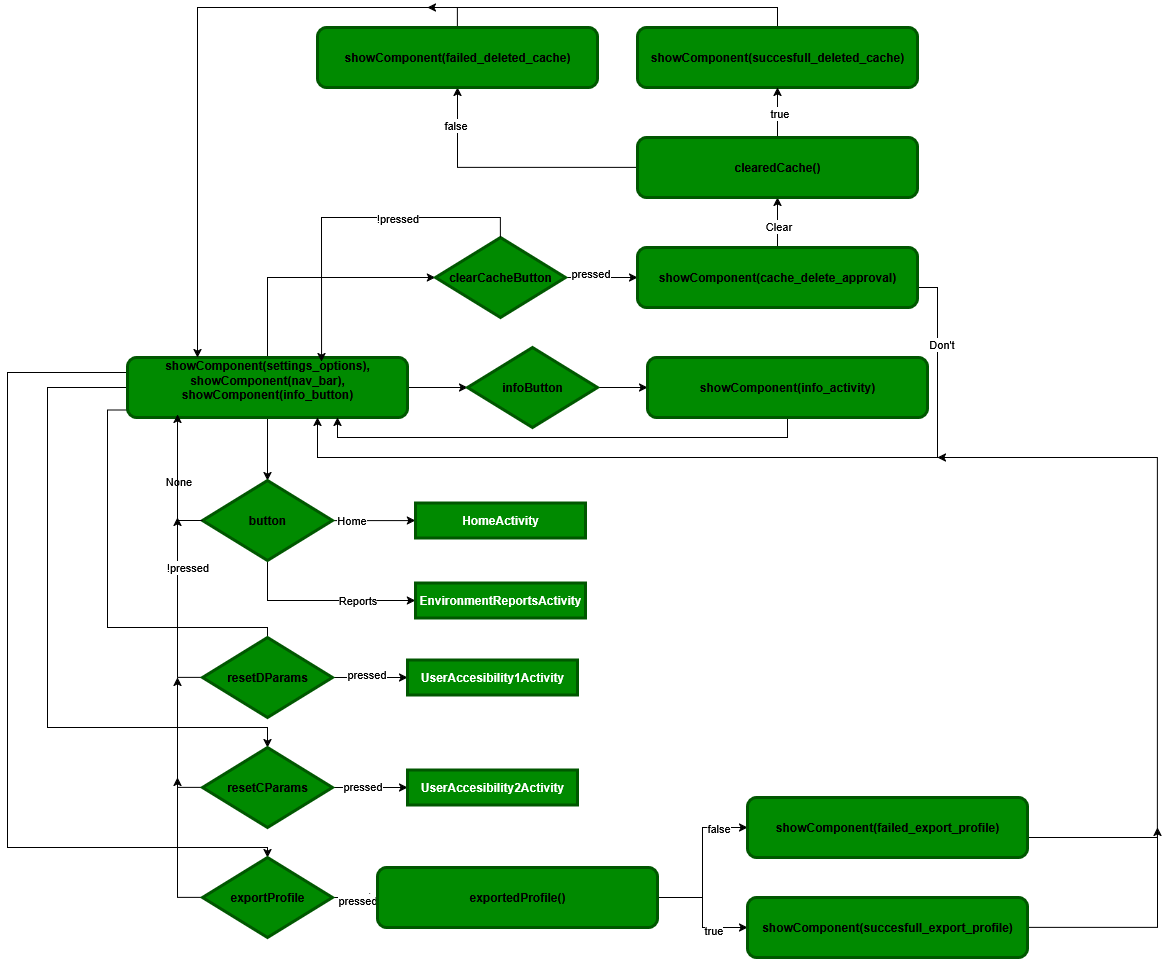
This is ui_design/usecase_diagram/activities/settings_activity.png from Edward326/PersonalProjects, a draw.io export, as it was before one commit. Source tidied: cells renumbered, new cells last; positions are measured from the earlier drawing's top-left corner, leaving out a move shared by most shapes. The source it was exported from:
```xml
<mxGraphModel>
  <root>
    <mxCell id="0" />
    <mxCell id="1" parent="0" />
    <mxCell id="2" style="edgeStyle=orthogonalEdgeStyle;rounded=0;jettySize=auto;html=1;" parent="1" edge="1" source="8" target="13">
      <mxGeometry relative="1" as="geometry" />
    </mxCell>
    <mxCell id="3" style="edgeStyle=orthogonalEdgeStyle;rounded=0;jettySize=auto;html=1;" parent="1" edge="1" source="8" target="22">
      <mxGeometry relative="1" as="geometry" />
    </mxCell>
    <mxCell id="4" style="edgeStyle=orthogonalEdgeStyle;rounded=0;jettySize=auto;html=1;entryX=0;entryY=0.5;entryDx=0;entryDy=0;exitX=0.5;exitY=0;exitDx=0;exitDy=0;" parent="1" edge="1" source="8" target="20">
      <mxGeometry relative="1" as="geometry" />
    </mxCell>
    <mxCell id="5" style="edgeStyle=orthogonalEdgeStyle;rounded=0;orthogonalLoop=1;jettySize=auto;html=1;exitX=0;exitY=0.5;exitDx=0;exitDy=0;" parent="1" edge="1">
      <mxGeometry relative="1" as="geometry">
        <mxPoint x="120" y="402.5" as="sourcePoint" />
        <mxPoint x="260" y="652.5" as="targetPoint" />
        <Array as="points">
          <mxPoint x="100" y="402" />
          <mxPoint x="100" y="620" />
          <mxPoint x="260" y="620" />
        </Array>
      </mxGeometry>
    </mxCell>
    <mxCell id="6" style="edgeStyle=orthogonalEdgeStyle;rounded=0;jettySize=auto;html=1;exitX=0;exitY=0.5;exitDx=0;exitDy=0;" parent="1" edge="1" source="8" target="48">
      <mxGeometry relative="1" as="geometry">
        <Array as="points">
          <mxPoint x="40" y="380" />
          <mxPoint x="40" y="720" />
          <mxPoint x="260" y="720" />
        </Array>
      </mxGeometry>
    </mxCell>
    <mxCell id="7" style="edgeStyle=orthogonalEdgeStyle;rounded=0;jettySize=auto;html=1;entryX=0.5;entryY=0;entryDx=0;entryDy=0;exitX=0;exitY=0.25;exitDx=0;exitDy=0;" parent="1" edge="1" source="8" target="54">
      <mxGeometry relative="1" as="geometry">
        <Array as="points">
          <mxPoint y="365" />
          <mxPoint y="840" />
          <mxPoint x="260" y="840" />
        </Array>
      </mxGeometry>
    </mxCell>
    <mxCell id="8" value="&lt;div&gt;showComponent(settings_options),&lt;/div&gt;&lt;div&gt;&lt;div&gt;showComponent(nav_bar),&lt;/div&gt;&lt;div&gt;showComponent(info_button)&lt;/div&gt;&lt;br&gt;&lt;/div&gt;" style="rounded=1;whiteSpace=wrap;html=1;fillColor=#008a00;fontColor=light-dark(#000000,#FFFFFF);strokeColor=light-dark(#005700,#000000);strokeWidth=3;fontStyle=1;" parent="1" vertex="1">
      <mxGeometry x="120" y="350" width="280" height="60" as="geometry" />
    </mxCell>
    <mxCell id="9" style="edgeStyle=orthogonalEdgeStyle;rounded=0;jettySize=auto;html=1;" parent="1" edge="1" source="13" target="14">
      <mxGeometry relative="1" as="geometry" />
    </mxCell>
    <mxCell id="10" value="Home" style="edgeLabel;html=1;align=center;verticalAlign=middle;" parent="9" vertex="1">
      <mxGeometry x="-0.57" y="2" relative="1" as="geometry">
        <mxPoint y="1" as="offset" />
      </mxGeometry>
    </mxCell>
    <mxCell id="11" style="edgeStyle=orthogonalEdgeStyle;rounded=0;jettySize=auto;html=1;entryX=0;entryY=0.5;entryDx=0;entryDy=0;exitX=0.5;exitY=1;exitDx=0;exitDy=0;" parent="1" edge="1" source="13" target="15">
      <mxGeometry relative="1" as="geometry" />
    </mxCell>
    <mxCell id="12" value="Reports" style="edgeLabel;html=1;align=center;verticalAlign=middle;" parent="11" vertex="1">
      <mxGeometry x="0.39" y="2" relative="1" as="geometry">
        <mxPoint y="1" as="offset" />
      </mxGeometry>
    </mxCell>
    <mxCell id="13" value="button" style="rhombus;whiteSpace=wrap;html=1;fillColor=#008a00;fontColor=light-dark(#000000,#FFFFFF);strokeColor=light-dark(#005700,#000000);strokeWidth=3;fontStyle=1;" parent="1" vertex="1">
      <mxGeometry x="195" y="473.1" width="130" height="80" as="geometry" />
    </mxCell>
    <mxCell id="14" value="HomeActivity" style="rounded=0;whiteSpace=wrap;html=1;fillColor=#008a00;fontColor=light-dark(#FFFFFF,#FFFFFF);strokeColor=light-dark(#005700,#000000);strokeWidth=3;fontStyle=1;" parent="1" vertex="1">
      <mxGeometry x="407.9" y="495.6" width="170" height="35" as="geometry" />
    </mxCell>
    <mxCell id="15" value="EnvironmentReportsActivity" style="rounded=0;whiteSpace=wrap;html=1;fillColor=#008a00;fontColor=light-dark(#FFFFFF,#FFFFFF);strokeColor=light-dark(#005700,#000000);strokeWidth=3;fontStyle=1;" parent="1" vertex="1">
      <mxGeometry x="407.9" y="575.6" width="170" height="35" as="geometry" />
    </mxCell>
    <mxCell id="16" value="None" style="edgeLabel;html=1;align=center;verticalAlign=middle;" parent="1" vertex="1">
      <mxGeometry x="170" y="473.1" as="geometry" />
    </mxCell>
    <mxCell id="17" style="edgeStyle=orthogonalEdgeStyle;rounded=0;jettySize=auto;html=1;entryX=0.179;entryY=0.95;entryDx=0;entryDy=0;entryPerimeter=0;exitX=0;exitY=0.5;exitDx=0;exitDy=0;" parent="1" edge="1" source="13" target="8">
      <mxGeometry relative="1" as="geometry">
        <Array as="points">
          <mxPoint x="170" y="513" />
          <mxPoint x="170" y="417" />
        </Array>
      </mxGeometry>
    </mxCell>
    <mxCell id="18" style="edgeStyle=orthogonalEdgeStyle;rounded=0;jettySize=auto;html=1;" parent="1" edge="1" source="20" target="29">
      <mxGeometry relative="1" as="geometry" />
    </mxCell>
    <mxCell id="19" value="pressed" style="edgeLabel;html=1;align=center;verticalAlign=middle;" parent="18" vertex="1">
      <mxGeometry x="-0.32" y="4" relative="1" as="geometry" />
    </mxCell>
    <mxCell id="20" value="clearCacheButton" style="rhombus;whiteSpace=wrap;html=1;fillColor=#008a00;fontColor=light-dark(#000000,#FFFFFF);strokeColor=light-dark(#005700,#000000);strokeWidth=3;fontStyle=1;" parent="1" vertex="1">
      <mxGeometry x="427.9" y="230" width="130" height="80" as="geometry" />
    </mxCell>
    <mxCell id="21" style="edgeStyle=orthogonalEdgeStyle;rounded=0;jettySize=auto;html=1;" parent="1" edge="1" source="22" target="24">
      <mxGeometry relative="1" as="geometry" />
    </mxCell>
    <mxCell id="22" value="infoButton" style="rhombus;whiteSpace=wrap;html=1;fillColor=#008a00;fontColor=light-dark(#000000,#FFFFFF);strokeColor=light-dark(#005700,#000000);strokeWidth=3;fontStyle=1;" parent="1" vertex="1">
      <mxGeometry x="460" y="340" width="130" height="80" as="geometry" />
    </mxCell>
    <mxCell id="23" style="edgeStyle=orthogonalEdgeStyle;rounded=0;jettySize=auto;html=1;entryX=0.75;entryY=1;entryDx=0;entryDy=0;exitX=0.5;exitY=1;exitDx=0;exitDy=0;" parent="1" edge="1" source="24" target="8">
      <mxGeometry relative="1" as="geometry" />
    </mxCell>
    <mxCell id="24" value="showComponent(info_activity)" style="rounded=1;whiteSpace=wrap;html=1;fillColor=#008a00;fontColor=light-dark(#000000,#FFFFFF);strokeColor=light-dark(#005700,#000000);strokeWidth=3;fontStyle=1;" parent="1" vertex="1">
      <mxGeometry x="640" y="350" width="280" height="60" as="geometry" />
    </mxCell>
    <mxCell id="25" style="edgeStyle=orthogonalEdgeStyle;rounded=0;jettySize=auto;html=1;exitX=1;exitY=0.5;exitDx=0;exitDy=0;" parent="1" edge="1" target="8">
      <mxGeometry relative="1" as="geometry">
        <mxPoint x="909.9" y="280" as="sourcePoint" />
        <Array as="points">
          <mxPoint x="930" y="280" />
          <mxPoint x="930" y="450" />
          <mxPoint x="310" y="450" />
        </Array>
      </mxGeometry>
    </mxCell>
    <mxCell id="26" value="Don't" style="edgeLabel;html=1;align=center;verticalAlign=middle;" parent="25" vertex="1">
      <mxGeometry x="-0.82" y="3" relative="1" as="geometry" />
    </mxCell>
    <mxCell id="27" style="edgeStyle=orthogonalEdgeStyle;rounded=0;jettySize=auto;html=1;" parent="1" edge="1" source="29" target="36">
      <mxGeometry relative="1" as="geometry" />
    </mxCell>
    <mxCell id="28" value="Clear" style="edgeLabel;html=1;align=center;verticalAlign=middle;" parent="27" vertex="1">
      <mxGeometry x="-0.12" relative="1" as="geometry" />
    </mxCell>
    <mxCell id="29" value="showComponent(cache_delete_approval)" style="rounded=1;whiteSpace=wrap;html=1;fillColor=#008a00;fontColor=light-dark(#000000,#FFFFFF);strokeColor=light-dark(#005700,#000000);strokeWidth=3;fontStyle=1;" parent="1" vertex="1">
      <mxGeometry x="630" y="240" width="280" height="60" as="geometry" />
    </mxCell>
    <mxCell id="30" style="edgeStyle=orthogonalEdgeStyle;rounded=0;jettySize=auto;html=1;entryX=0.25;entryY=0;entryDx=0;entryDy=0;exitX=0.5;exitY=0;exitDx=0;exitDy=0;" parent="1" edge="1" source="31" target="8">
      <mxGeometry relative="1" as="geometry" />
    </mxCell>
    <mxCell id="31" value="showComponent(succesfull_deleted_cache)" style="rounded=1;whiteSpace=wrap;html=1;fillColor=#008a00;fontColor=light-dark(#000000,#FFFFFF);strokeColor=light-dark(#005700,#000000);strokeWidth=3;fontStyle=1;" parent="1" vertex="1">
      <mxGeometry x="630" y="20" width="280" height="60" as="geometry" />
    </mxCell>
    <mxCell id="32" style="edgeStyle=orthogonalEdgeStyle;rounded=0;jettySize=auto;html=1;" parent="1" edge="1" source="36" target="31">
      <mxGeometry relative="1" as="geometry" />
    </mxCell>
    <mxCell id="33" value="true" style="edgeLabel;html=1;align=center;verticalAlign=middle;" parent="32" vertex="1">
      <mxGeometry y="-1" relative="1" as="geometry" />
    </mxCell>
    <mxCell id="34" style="edgeStyle=orthogonalEdgeStyle;rounded=0;jettySize=auto;html=1;" parent="1" edge="1" source="36" target="38">
      <mxGeometry relative="1" as="geometry" />
    </mxCell>
    <mxCell id="35" value="false" style="edgeLabel;html=1;align=center;verticalAlign=middle;" parent="34" vertex="1">
      <mxGeometry x="0.72" y="3" relative="1" as="geometry" />
    </mxCell>
    <mxCell id="36" value="clearedCache()" style="rounded=1;whiteSpace=wrap;html=1;fillColor=#008a00;fontColor=light-dark(#000000,#FFFFFF);strokeColor=light-dark(#005700,#000000);strokeWidth=3;fontStyle=1;" parent="1" vertex="1">
      <mxGeometry x="630" y="130" width="280" height="60" as="geometry" />
    </mxCell>
    <mxCell id="37" style="edgeStyle=orthogonalEdgeStyle;rounded=0;jettySize=auto;html=1;" parent="1" edge="1" source="38">
      <mxGeometry relative="1" as="geometry">
        <mxPoint x="420" as="targetPoint" />
      </mxGeometry>
    </mxCell>
    <mxCell id="38" value="showComponent(failed_deleted_cache)" style="rounded=1;whiteSpace=wrap;html=1;fillColor=#008a00;fontColor=light-dark(#000000,#FFFFFF);strokeColor=light-dark(#005700,#000000);strokeWidth=3;fontStyle=1;" parent="1" vertex="1">
      <mxGeometry x="310" y="20" width="280" height="60" as="geometry" />
    </mxCell>
    <mxCell id="39" style="edgeStyle=orthogonalEdgeStyle;rounded=0;jettySize=auto;html=1;entryX=0.693;entryY=0.067;entryDx=0;entryDy=0;entryPerimeter=0;exitX=0.5;exitY=0;exitDx=0;exitDy=0;" parent="1" edge="1" source="20" target="8">
      <mxGeometry relative="1" as="geometry" />
    </mxCell>
    <mxCell id="40" value="!pressed" style="edgeLabel;html=1;align=center;verticalAlign=middle;" parent="39" vertex="1">
      <mxGeometry x="-0.28" relative="1" as="geometry" />
    </mxCell>
    <mxCell id="41" style="edgeStyle=orthogonalEdgeStyle;rounded=0;jettySize=auto;html=1;" parent="1" edge="1" source="44" target="49">
      <mxGeometry relative="1" as="geometry" />
    </mxCell>
    <mxCell id="42" value="pressed" style="edgeLabel;html=1;align=center;verticalAlign=middle;" parent="41" vertex="1">
      <mxGeometry x="-0.12" y="4" relative="1" as="geometry" />
    </mxCell>
    <mxCell id="43" value="!pressed" style="edgeStyle=orthogonalEdgeStyle;rounded=0;jettySize=auto;html=1;" parent="1" edge="1" source="44">
      <mxGeometry x="0.46" y="-10" relative="1" as="geometry">
        <mxPoint x="170" y="510" as="targetPoint" />
      </mxGeometry>
    </mxCell>
    <mxCell id="44" value="resetDParams" style="rhombus;whiteSpace=wrap;html=1;fillColor=#008a00;fontColor=light-dark(#000000,#FFFFFF);strokeColor=light-dark(#005700,#000000);strokeWidth=3;fontStyle=1;" parent="1" vertex="1">
      <mxGeometry x="195" y="630" width="130" height="80" as="geometry" />
    </mxCell>
    <mxCell id="45" style="edgeStyle=orthogonalEdgeStyle;rounded=0;jettySize=auto;html=1;" parent="1" edge="1" source="48" target="50">
      <mxGeometry relative="1" as="geometry" />
    </mxCell>
    <mxCell id="46" value="pressed" style="edgeLabel;html=1;align=center;verticalAlign=middle;" parent="45" vertex="1">
      <mxGeometry x="-0.23" y="2" relative="1" as="geometry" />
    </mxCell>
    <mxCell id="47" style="edgeStyle=orthogonalEdgeStyle;rounded=0;jettySize=auto;html=1;" parent="1" edge="1" source="48">
      <mxGeometry relative="1" as="geometry">
        <mxPoint x="170" y="670" as="targetPoint" />
      </mxGeometry>
    </mxCell>
    <mxCell id="48" value="resetCParams" style="rhombus;whiteSpace=wrap;html=1;fillColor=#008a00;fontColor=light-dark(#000000,#FFFFFF);strokeColor=light-dark(#005700,#000000);strokeWidth=3;fontStyle=1;" parent="1" vertex="1">
      <mxGeometry x="195" y="740" width="130" height="80" as="geometry" />
    </mxCell>
    <mxCell id="49" value="UserAccesibility1Activity" style="rounded=0;whiteSpace=wrap;html=1;fillColor=#008a00;fontColor=light-dark(#FFFFFF,#FFFFFF);strokeColor=light-dark(#005700,#000000);strokeWidth=3;fontStyle=1;" parent="1" vertex="1">
      <mxGeometry x="400" y="652.5" width="170" height="35" as="geometry" />
    </mxCell>
    <mxCell id="50" value="UserAccesibility2Activity" style="rounded=0;whiteSpace=wrap;html=1;fillColor=#008a00;fontColor=light-dark(#FFFFFF,#FFFFFF);strokeColor=light-dark(#005700,#000000);strokeWidth=3;fontStyle=1;" parent="1" vertex="1">
      <mxGeometry x="400" y="762.5" width="170" height="35" as="geometry" />
    </mxCell>
    <mxCell id="51" style="edgeStyle=orthogonalEdgeStyle;rounded=0;jettySize=auto;html=1;" parent="1" edge="1" source="54" target="59">
      <mxGeometry relative="1" as="geometry" />
    </mxCell>
    <mxCell id="52" value="pressed" style="edgeLabel;html=1;align=center;verticalAlign=middle;" parent="51" vertex="1">
      <mxGeometry x="0.02" y="-2" relative="1" as="geometry">
        <mxPoint x="1" as="offset" />
      </mxGeometry>
    </mxCell>
    <mxCell id="53" style="edgeStyle=orthogonalEdgeStyle;rounded=0;jettySize=auto;html=1;" parent="1" edge="1" source="54">
      <mxGeometry relative="1" as="geometry">
        <mxPoint x="170" y="770" as="targetPoint" />
      </mxGeometry>
    </mxCell>
    <mxCell id="54" value="exportProfile" style="rhombus;whiteSpace=wrap;html=1;fillColor=#008a00;fontColor=light-dark(#000000,#FFFFFF);strokeColor=light-dark(#005700,#000000);strokeWidth=3;fontStyle=1;" parent="1" vertex="1">
      <mxGeometry x="195" y="850" width="130" height="80" as="geometry" />
    </mxCell>
    <mxCell id="55" style="edgeStyle=orthogonalEdgeStyle;rounded=0;jettySize=auto;html=1;entryX=0;entryY=0.5;entryDx=0;entryDy=0;" parent="1" edge="1" source="59" target="61">
      <mxGeometry relative="1" as="geometry" />
    </mxCell>
    <mxCell id="56" value="false" style="edgeLabel;html=1;align=center;verticalAlign=middle;" parent="55" vertex="1">
      <mxGeometry x="0.63" relative="1" as="geometry">
        <mxPoint x="-1" as="offset" />
      </mxGeometry>
    </mxCell>
    <mxCell id="57" style="edgeStyle=orthogonalEdgeStyle;rounded=0;jettySize=auto;html=1;entryX=0;entryY=0.5;entryDx=0;entryDy=0;" parent="1" edge="1" source="59" target="63">
      <mxGeometry relative="1" as="geometry" />
    </mxCell>
    <mxCell id="58" value="true" style="edgeLabel;html=1;align=center;verticalAlign=middle;" parent="57" vertex="1">
      <mxGeometry x="0.43" y="-2" relative="1" as="geometry">
        <mxPoint x="-1" as="offset" />
      </mxGeometry>
    </mxCell>
    <mxCell id="59" value="exportedProfile()" style="rounded=1;whiteSpace=wrap;html=1;fillColor=#008a00;fontColor=light-dark(#000000,#FFFFFF);strokeColor=light-dark(#005700,#000000);strokeWidth=3;fontStyle=1;" parent="1" vertex="1">
      <mxGeometry x="370" y="860" width="280" height="60" as="geometry" />
    </mxCell>
    <mxCell id="60" style="edgeStyle=orthogonalEdgeStyle;rounded=0;orthogonalLoop=1;jettySize=auto;html=1;exitX=1;exitY=0.5;exitDx=0;exitDy=0;" parent="1" edge="1">
      <mxGeometry relative="1" as="geometry">
        <mxPoint x="1020" y="830" as="sourcePoint" />
        <mxPoint x="930" y="450" as="targetPoint" />
        <Array as="points">
          <mxPoint x="1150" y="830" />
          <mxPoint x="1150" y="450" />
        </Array>
      </mxGeometry>
    </mxCell>
    <mxCell id="61" value="showComponent(failed_export_profile)" style="rounded=1;whiteSpace=wrap;html=1;fillColor=#008a00;fontColor=light-dark(#000000,#FFFFFF);strokeColor=light-dark(#005700,#000000);strokeWidth=3;fontStyle=1;" parent="1" vertex="1">
      <mxGeometry x="740" y="790" width="280" height="60" as="geometry" />
    </mxCell>
    <mxCell id="62" style="edgeStyle=orthogonalEdgeStyle;rounded=0;jettySize=auto;html=1;" parent="1" edge="1" source="63">
      <mxGeometry relative="1" as="geometry">
        <mxPoint x="1150" y="820" as="targetPoint" />
      </mxGeometry>
    </mxCell>
    <mxCell id="63" value="showComponent(succesfull_export_profile)" style="rounded=1;whiteSpace=wrap;html=1;fillColor=#008a00;fontColor=light-dark(#000000,#FFFFFF);strokeColor=light-dark(#005700,#000000);strokeWidth=3;fontStyle=1;" parent="1" vertex="1">
      <mxGeometry x="740" y="890" width="280" height="60" as="geometry" />
    </mxCell>
  </root>
</mxGraphModel>
```
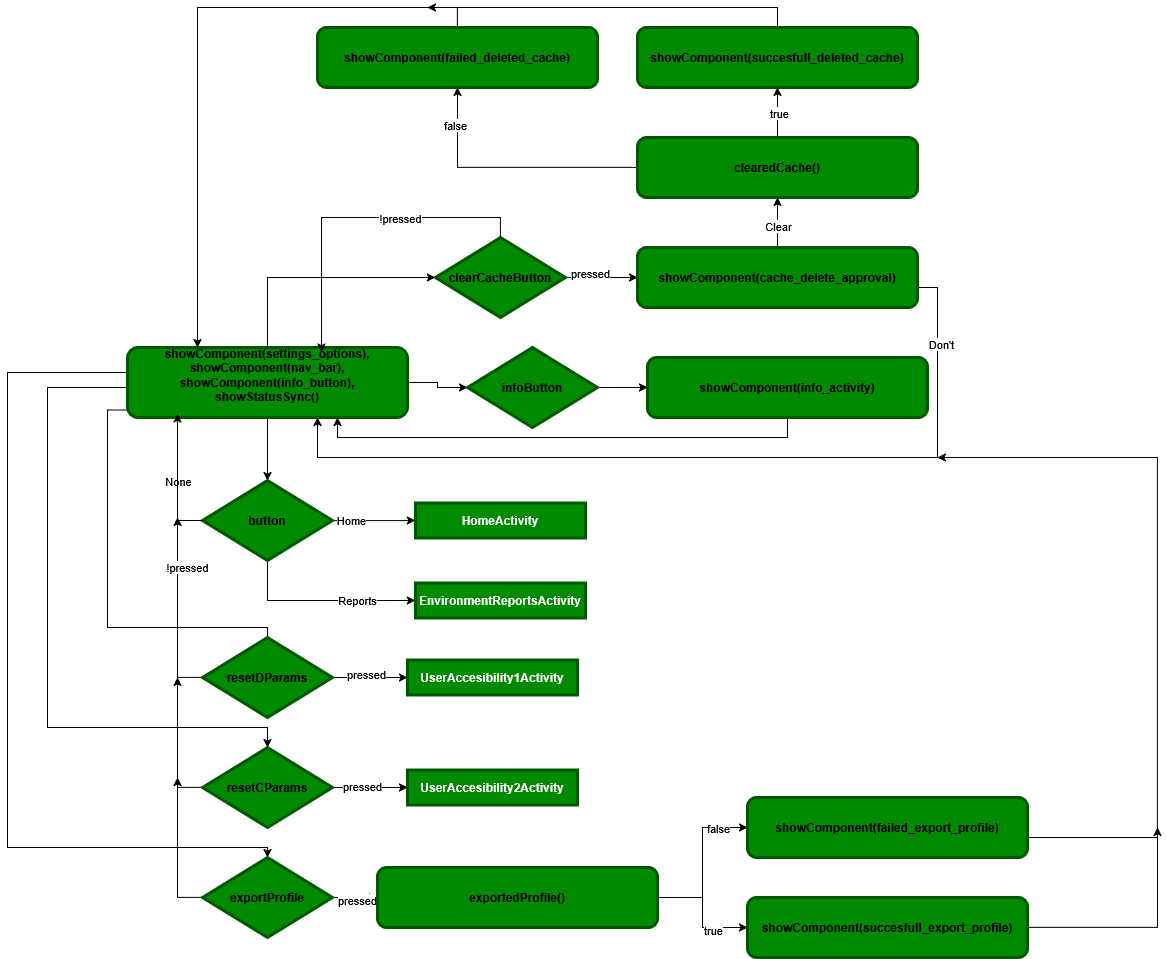
Above is the later version.

Diff of the diagram source:
```diff
@@ -40,8 +40,8 @@
         </Array>
       </mxGeometry>
     </mxCell>
-    <mxCell id="8" value="&lt;div&gt;showComponent(settings_options),&lt;/div&gt;&lt;div&gt;&lt;div&gt;showComponent(nav_bar),&lt;/div&gt;&lt;div&gt;showComponent(info_button)&lt;/div&gt;&lt;br&gt;&lt;/div&gt;" style="rounded=1;whiteSpace=wrap;html=1;fillColor=#008a00;fontColor=light-dark(#000000,#FFFFFF);strokeColor=light-dark(#005700,#000000);strokeWidth=3;fontStyle=1;" parent="1" vertex="1">
-      <mxGeometry x="120" y="350" width="280" height="60" as="geometry" />
+    <mxCell id="8" value="&lt;div&gt;showComponent(settings_options),&lt;/div&gt;&lt;div&gt;&lt;div&gt;showComponent(nav_bar),&lt;/div&gt;&lt;div&gt;showComponent(info_button),&lt;/div&gt;&lt;div&gt;showStatusSync()&lt;/div&gt;&lt;br&gt;&lt;/div&gt;" style="rounded=1;whiteSpace=wrap;html=1;fillColor=#008a00;fontColor=light-dark(#000000,#FFFFFF);strokeColor=light-dark(#005700,#000000);strokeWidth=3;fontStyle=1;" parent="1" vertex="1">
+      <mxGeometry x="120" y="340" width="280" height="70" as="geometry" />
     </mxCell>
     <mxCell id="9" style="edgeStyle=orthogonalEdgeStyle;rounded=0;jettySize=auto;html=1;" parent="1" edge="1" source="13" target="14">
       <mxGeometry relative="1" as="geometry" />
```
